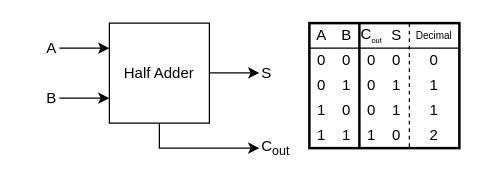
Before: page "figure_15" (15 of 25) of assets/images/2021-12-21-verilogHDL_chapter3_combinational_logic/시스템_반도체_설계_3장.drawio in ParkDongho/ParkDongho.github.io, a draw.io diagram. Source tidied: cells renumbered, new cells numbered last; positions are measured from the earlier drawing's top-left corner, leaving out a move shared by most shapes. Both pictures are drawn from the tidied source at 125%, with x=0, y=0 at pixel (21, 22).
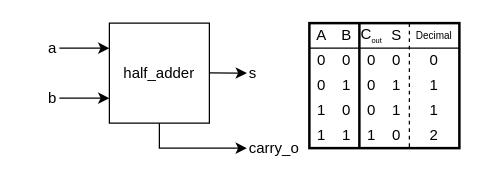
The same page after the edit.

Change to the diagram source:
```diff
@@
     <mxCell id="2" style="edgeStyle=orthogonalEdgeStyle;rounded=0;jettySize=auto;html=1;exitX=0.5;exitY=1;exitDx=0;exitDy=0;fontSize=12;" parent="1" edge="1" source="3">
       <mxGeometry relative="1" as="geometry">
-        <mxPoint x="190" y="100" as="targetPoint" />
+        <mxPoint x="180" y="100" as="targetPoint" />
         <Array as="points">
           <mxPoint x="110" y="100" />
         </Array>
       </mxGeometry>
     </mxCell>
-    <mxCell id="3" value="Half Adder" style="rounded=0;whiteSpace=wrap;html=1;fontSize=12;fillColor=none;" parent="1" vertex="1">
+    <mxCell id="3" value="half_adder" style="rounded=0;whiteSpace=wrap;html=1;fontSize=12;fillColor=none;" parent="1" vertex="1">
       <mxGeometry x="70" width="80" height="80" as="geometry" />
     </mxCell>
@@
     <mxCell id="6" style="endArrow=classic;html=1;rounded=0;fontSize=12;" parent="1" edge="1">
       <mxGeometry relative="1" as="geometry">
         <mxPoint x="150" y="39.8" as="sourcePoint" />
-        <mxPoint x="190" y="39.8" as="targetPoint" />
+        <mxPoint x="180" y="40" as="targetPoint" />
       </mxGeometry>
     </mxCell>
-    <mxCell id="7" value="S" style="text;html=1;strokeColor=none;fillColor=none;align=left;verticalAlign=middle;whiteSpace=wrap;rounded=0;fontSize=12;" parent="1" vertex="1">
-      <mxGeometry x="190" y="30" width="30" height="20" as="geometry" />
+    <mxCell id="7" value="s" style="text;html=1;strokeColor=none;fillColor=none;align=left;verticalAlign=middle;whiteSpace=wrap;rounded=0;fontSize=12;" parent="1" vertex="1">
+      <mxGeometry x="180" y="30" width="30" height="20" as="geometry" />
     </mxCell>
-    <mxCell id="8" value="C&lt;sub&gt;out&lt;/sub&gt;" style="text;html=1;strokeColor=none;fillColor=none;align=left;verticalAlign=middle;whiteSpace=wrap;rounded=0;fontSize=12;" parent="1" vertex="1">
-      <mxGeometry x="190" y="90" width="30" height="20" as="geometry" />
+    <mxCell id="8" value="carry_o" style="text;html=1;strokeColor=none;fillColor=none;align=left;verticalAlign=middle;whiteSpace=wrap;rounded=0;fontSize=12;" parent="1" vertex="1">
+      <mxGeometry x="180" y="90" width="30" height="20" as="geometry" />
     </mxCell>
@@
-    <mxCell id="32" value="A" style="text;html=1;strokeColor=none;fillColor=none;align=right;verticalAlign=middle;whiteSpace=wrap;rounded=0;fontSize=12;" parent="1" vertex="1">
+    <mxCell id="32" value="a" style="text;html=1;strokeColor=none;fillColor=none;align=right;verticalAlign=middle;whiteSpace=wrap;rounded=0;fontSize=12;" parent="1" vertex="1">
       <mxGeometry y="10" width="30" height="20" as="geometry" />
     </mxCell>
-    <mxCell id="33" value="B" style="text;html=1;strokeColor=none;fillColor=none;align=right;verticalAlign=middle;whiteSpace=wrap;rounded=0;fontSize=12;" parent="1" vertex="1">
+    <mxCell id="33" value="b" style="text;html=1;strokeColor=none;fillColor=none;align=right;verticalAlign=middle;whiteSpace=wrap;rounded=0;fontSize=12;" parent="1" vertex="1">
       <mxGeometry y="50" width="30" height="20" as="geometry" />
     </mxCell>
```
